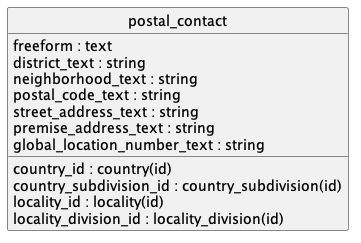
Above: doc/concepts/postal_contact/uml.png in contactopensource/contactopensource (PlantUML), before the change. Its diagram source:
```plantuml
@startuml uml
skinparam monochrome true
skinparam linetype ortho
hide circle

entity postal_contact {
  freeform : text
  country_id : country(id)
  country_subdivision_id : country_subdivision(id)
  district_text : string
  locality_id : locality(id)
  locality_division_id : locality_division(id)
  neighborhood_text : string
  postal_code_text : string
  street_address_text : string
  premise_address_text : string
  global_location_number_text : string
}

@enduml
```
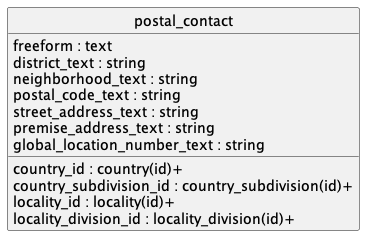
The same diagram one commit later.

The edit, as a diff of the source:
```diff
@@ -5,11 +5,11 @@
 
 entity postal_contact {
   freeform : text
-  country_id : country(id)
-  country_subdivision_id : country_subdivision(id)
+  country_id : country(id)+
+  country_subdivision_id : country_subdivision(id)+
   district_text : string
-  locality_id : locality(id)
-  locality_division_id : locality_division(id)
+  locality_id : locality(id)+
+  locality_division_id : locality_division(id)+
   neighborhood_text : string
   postal_code_text : string
   street_address_text : string
```
